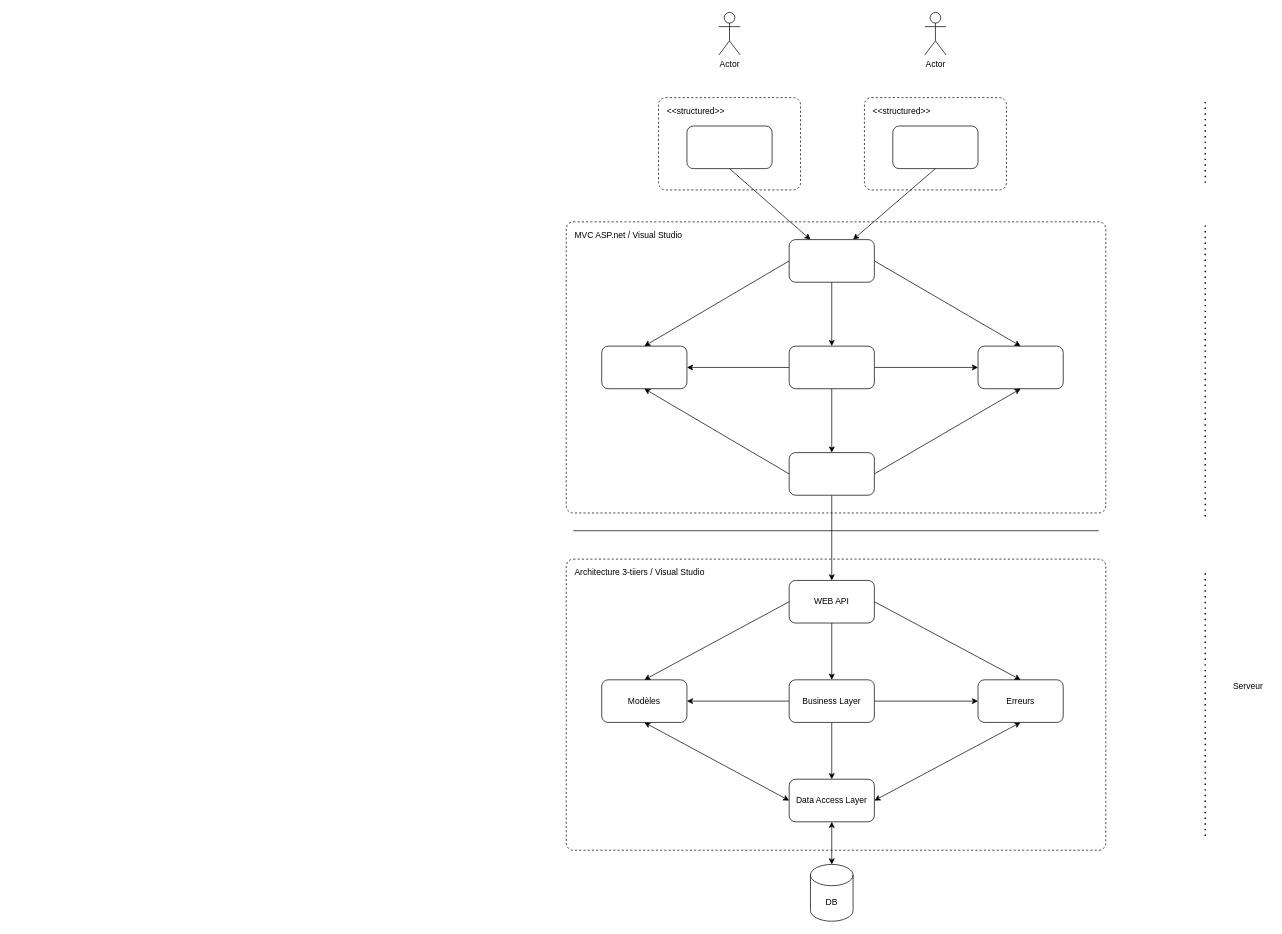
Before: Projet_Architecture.drawio in Djounna/Projet_developpement_RentACar, a draw.io diagram. Source tidied: cells renumbered, new cells numbered last; positions are measured from the earlier drawing's top-left corner, leaving out a move shared by most shapes. Both pictures are drawn from the tidied source at 71%, with x=0, y=0 at pixel (566, 12).
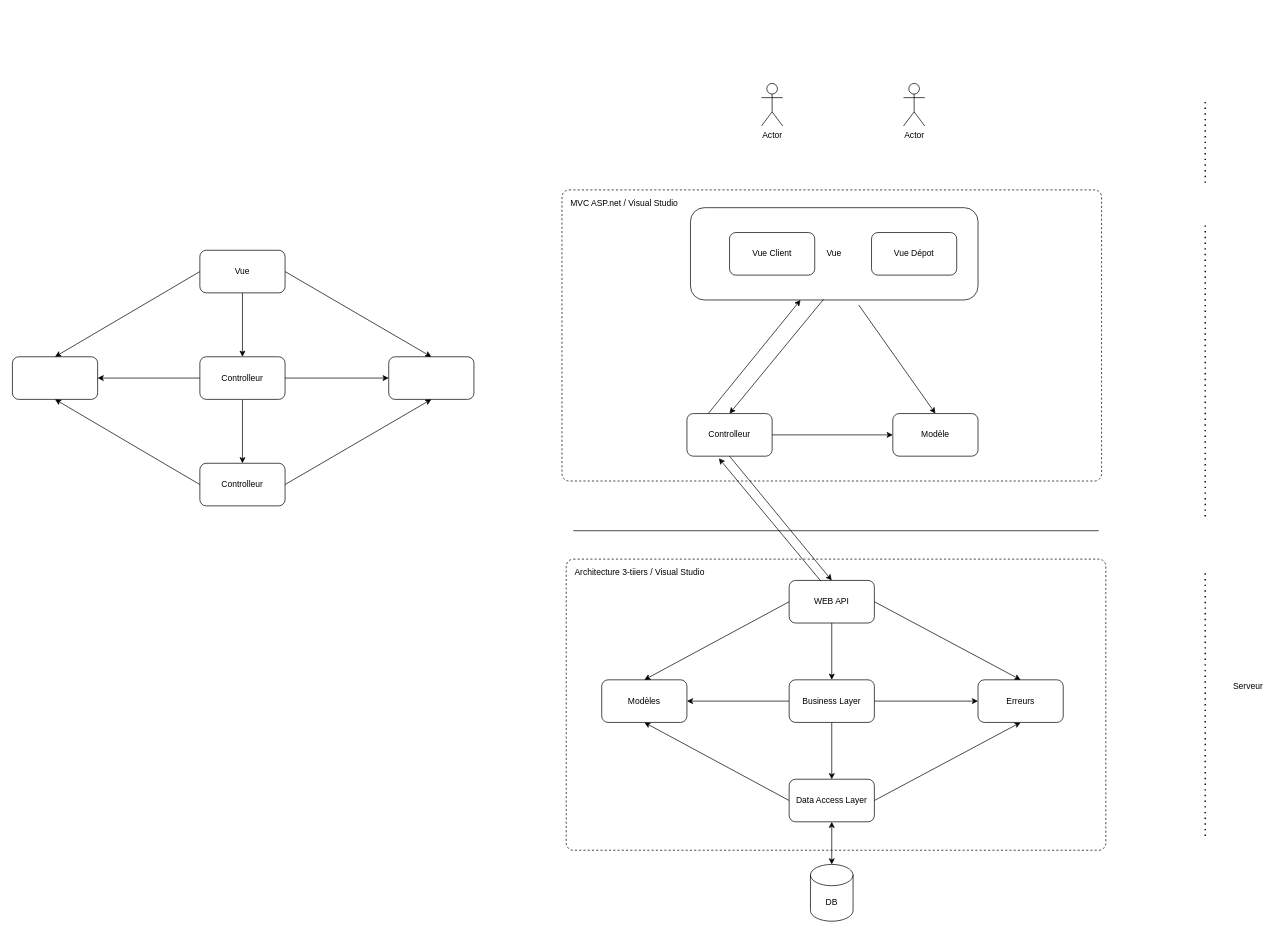
The same page after the edit.

Commit message (it also covers changes not shown here):
Plan de programmation + modif architecture

Unchanged cells that the change refers to:
```xml
<mxCell id="8" value="Data Access Layer" style="rounded=1;whiteSpace=wrap;html=1;" parent="1" vertex="1">
  <mxGeometry x="314" y="1080" width="120" height="60" as="geometry" />
</mxCell>
<mxCell id="9" value="Modèles" style="rounded=1;whiteSpace=wrap;html=1;" parent="1" vertex="1">
  <mxGeometry x="50" y="940" width="120" height="60" as="geometry" />
</mxCell>
<mxCell id="10" value="Erreurs" style="rounded=1;whiteSpace=wrap;html=1;" parent="1" vertex="1">
  <mxGeometry x="580" y="940" width="120" height="60" as="geometry" />
</mxCell>
<mxCell id="18" value="WEB API" style="rounded=1;whiteSpace=wrap;html=1;" parent="1" vertex="1">
  <mxGeometry x="314" y="800" width="120" height="60" as="geometry" />
</mxCell>
```

Diff of the diagram source:
```diff
@@
+    <mxCell id="46" value="Vue" style="rounded=1;whiteSpace=wrap;html=1;gradientColor=#ffffff;fillColor=none;" parent="1" vertex="1">
+      <mxGeometry x="175" y="275" width="405" height="130" as="geometry" />
+    </mxCell>
     <mxCell id="2" value="MVC ASP.net / Visual Studio" style="dashed=1;rounded=1;absoluteArcSize=1;arcSize=20;html=1;verticalAlign=top;align=left;spacingTop=5;spacingLeft=10;fillColor=none;" parent="1" vertex="1">
-      <mxGeometry y="295" width="760" height="410" as="geometry" />
+      <mxGeometry x="-6" y="250" width="760" height="410" as="geometry" />
     </mxCell>
@@
-    <mxCell id="6" style="edgeStyle=none;rounded=0;jettySize=auto;html=1;exitX=0;exitY=0.5;exitDx=0;exitDy=0;entryX=0.5;entryY=1;entryDx=0;entryDy=0;startArrow=classic;startFill=1;" parent="1" edge="1" source="8" target="9">
+    <mxCell id="6" style="edgeStyle=none;rounded=0;jettySize=auto;html=1;exitX=0;exitY=0.5;exitDx=0;exitDy=0;entryX=0.5;entryY=1;entryDx=0;entryDy=0;startArrow=none;startFill=0;endArrow=classic;endFill=1;" parent="1" edge="1" source="8" target="9">
       <mxGeometry relative="1" as="geometry" />
     </mxCell>
-    <mxCell id="7" style="edgeStyle=none;rounded=0;jettySize=auto;html=1;exitX=1;exitY=0.5;exitDx=0;exitDy=0;entryX=0.5;entryY=1;entryDx=0;entryDy=0;startArrow=classic;startFill=1;" parent="1" edge="1" source="8" target="10">
+    <mxCell id="7" style="edgeStyle=none;rounded=0;jettySize=auto;html=1;exitX=1;exitY=0.5;exitDx=0;exitDy=0;entryX=0.5;entryY=1;entryDx=0;entryDy=0;startArrow=none;startFill=0;" parent="1" edge="1" source="8" target="10">
       <mxGeometry relative="1" as="geometry" />
     </mxCell>
@@
-    <mxCell id="22" style="rounded=1;whiteSpace=wrap;html=1;" parent="1" vertex="1">
-      <mxGeometry x="314" y="470" width="120" height="60" as="geometry" />
+    <mxCell id="22" value="Controlleur" style="rounded=1;whiteSpace=wrap;html=1;" parent="1" vertex="1">
+      <mxGeometry x="-516" y="485" width="120" height="60" as="geometry" />
     </mxCell>
     <mxCell id="23" style="rounded=1;whiteSpace=wrap;html=1;" parent="1" vertex="1">
-      <mxGeometry x="580" y="470" width="120" height="60" as="geometry" />
+      <mxGeometry x="-250" y="485" width="120" height="60" as="geometry" />
     </mxCell>
     <mxCell id="24" style="rounded=1;whiteSpace=wrap;html=1;" parent="1" vertex="1">
-      <mxGeometry x="50" y="470" width="120" height="60" as="geometry" />
+      <mxGeometry x="-780" y="485" width="120" height="60" as="geometry" />
     </mxCell>
@@
-    <mxCell id="28" style="rounded=1;whiteSpace=wrap;html=1;" parent="1" vertex="1">
-      <mxGeometry x="314" y="320" width="120" height="60" as="geometry" />
+    <mxCell id="28" value="Vue" style="rounded=1;whiteSpace=wrap;html=1;" parent="1" vertex="1">
+      <mxGeometry x="-516" y="335" width="120" height="60" as="geometry" />
     </mxCell>
@@
-    <mxCell id="32" style="edgeStyle=none;rounded=0;jettySize=auto;html=1;exitX=0.5;exitY=1;exitDx=0;exitDy=0;startArrow=none;startFill=0;endArrow=classic;endFill=1;" parent="1" edge="1" source="33" target="18">
+    <mxCell id="32" style="edgeStyle=none;rounded=0;jettySize=auto;html=1;exitX=1;exitY=0.5;exitDx=0;exitDy=0;startArrow=none;startFill=0;endArrow=classic;endFill=1;entryX=0;entryY=0.5;entryDx=0;entryDy=0;" parent="1" edge="1" source="48" target="47">
       <mxGeometry relative="1" as="geometry" />
     </mxCell>
-    <mxCell id="33" style="rounded=1;whiteSpace=wrap;html=1;" parent="1" vertex="1">
-      <mxGeometry x="314" y="620" width="120" height="60" as="geometry" />
+    <mxCell id="33" value="Controlleur" style="rounded=1;whiteSpace=wrap;html=1;" parent="1" vertex="1">
+      <mxGeometry x="-516" y="635" width="120" height="60" as="geometry" />
     </mxCell>
@@
-    <mxCell id="36" style="edgeStyle=none;rounded=0;jettySize=auto;html=1;exitX=0.5;exitY=1;exitDx=0;exitDy=0;entryX=0.25;entryY=0;entryDx=0;entryDy=0;startArrow=none;startFill=0;endArrow=classic;endFill=1;" parent="1" edge="1" source="37" target="28">
-      <mxGeometry relative="1" as="geometry" />
-    </mxCell>
-    <mxCell id="37" style="rounded=1;whiteSpace=wrap;html=1;fillColor=none;" parent="1" vertex="1">
-      <mxGeometry x="170" y="160" width="120" height="60" as="geometry" />
+    <mxCell id="37" value="Vue Client" style="rounded=1;whiteSpace=wrap;html=1;fillColor=none;" parent="1" vertex="1">
+      <mxGeometry x="230" y="310" width="120" height="60" as="geometry" />
     </mxCell>
-    <mxCell id="38" style="edgeStyle=none;rounded=0;jettySize=auto;html=1;exitX=0.5;exitY=1;exitDx=0;exitDy=0;entryX=0.75;entryY=0;entryDx=0;entryDy=0;startArrow=none;startFill=0;endArrow=classic;endFill=1;" parent="1" edge="1" source="39" target="28">
-      <mxGeometry relative="1" as="geometry" />
-    </mxCell>
-    <mxCell id="39" style="rounded=1;whiteSpace=wrap;html=1;fillColor=none;" parent="1" vertex="1">
-      <mxGeometry x="460" y="160" width="120" height="60" as="geometry" />
+    <mxCell id="39" value="Vue Dépot" style="rounded=1;whiteSpace=wrap;html=1;fillColor=none;" parent="1" vertex="1">
+      <mxGeometry x="430" y="310" width="120" height="60" as="geometry" />
     </mxCell>
     <mxCell id="40" value="Actor" style="shape=umlActor;verticalLabelPosition=bottom;verticalAlign=top;html=1;fillColor=none;" parent="1" vertex="1">
-      <mxGeometry x="215" width="30" height="60" as="geometry" />
+      <mxGeometry x="275" y="100" width="30" height="60" as="geometry" />
     </mxCell>
     <mxCell id="41" value="Actor" style="shape=umlActor;verticalLabelPosition=bottom;verticalAlign=top;html=1;fillColor=none;" parent="1" vertex="1">
-      <mxGeometry x="505" width="30" height="60" as="geometry" />
+      <mxGeometry x="475" y="100" width="30" height="60" as="geometry" />
     </mxCell>
-    <mxCell id="42" value="&amp;lt;&amp;lt;structured&amp;gt;&amp;gt;" style="dashed=1;rounded=1;absoluteArcSize=1;arcSize=20;html=1;verticalAlign=top;align=left;spacingTop=5;spacingLeft=10;fillColor=none;" parent="1" vertex="1">
-      <mxGeometry x="130" y="120" width="200" height="130" as="geometry" />
-    </mxCell>
-    <mxCell id="43" value="&amp;lt;&amp;lt;structured&amp;gt;&amp;gt;" style="dashed=1;rounded=1;absoluteArcSize=1;arcSize=20;html=1;verticalAlign=top;align=left;spacingTop=5;spacingLeft=10;fillColor=none;" parent="1" vertex="1">
-      <mxGeometry x="420" y="120" width="200" height="130" as="geometry" />
-    </mxCell>
@@
+    <mxCell id="47" value="Modèle" style="rounded=1;whiteSpace=wrap;html=1;" parent="1" vertex="1">
+      <mxGeometry x="460" y="565" width="120" height="60" as="geometry" />
+    </mxCell>
+    <mxCell id="48" value="Controlleur" style="rounded=1;whiteSpace=wrap;html=1;" parent="1" vertex="1">
+      <mxGeometry x="170" y="565" width="120" height="60" as="geometry" />
+    </mxCell>
+    <mxCell id="49" style="endArrow=classic;html=1;exitX=0.5;exitY=1;exitDx=0;exitDy=0;entryX=0.5;entryY=0;entryDx=0;entryDy=0;startArrow=none;startFill=0;" parent="1" edge="1" source="48" target="18">
+      <mxGeometry relative="1" as="geometry" />
+    </mxCell>
+    <mxCell id="50" style="endArrow=classic;html=1;entryX=0.5;entryY=0;entryDx=0;entryDy=0;exitX=0.585;exitY=1.054;exitDx=0;exitDy=0;exitPerimeter=0;" parent="1" edge="1" source="46" target="47">
+      <mxGeometry relative="1" as="geometry" />
+    </mxCell>
+    <mxCell id="51" style="endArrow=classic;html=1;exitX=0.463;exitY=0.992;exitDx=0;exitDy=0;exitPerimeter=0;entryX=0.5;entryY=0;entryDx=0;entryDy=0;" parent="1" edge="1" source="46" target="48">
+      <mxGeometry relative="1" as="geometry" />
+    </mxCell>
+    <mxCell id="52" style="endArrow=classic;html=1;exitX=0.25;exitY=0;exitDx=0;exitDy=0;" parent="1" edge="1" source="48">
+      <mxGeometry relative="1" as="geometry">
+        <mxPoint x="330" y="405" as="targetPoint" />
+      </mxGeometry>
+    </mxCell>
+    <mxCell id="53" style="endArrow=none;html=1;entryX=0.372;entryY=0.017;entryDx=0;entryDy=0;startArrow=classic;startFill=1;endFill=0;entryPerimeter=0;" parent="1" edge="1" target="18">
+      <mxGeometry relative="1" as="geometry">
+        <mxPoint x="215" y="628" as="sourcePoint" />
+      </mxGeometry>
+    </mxCell>
```
